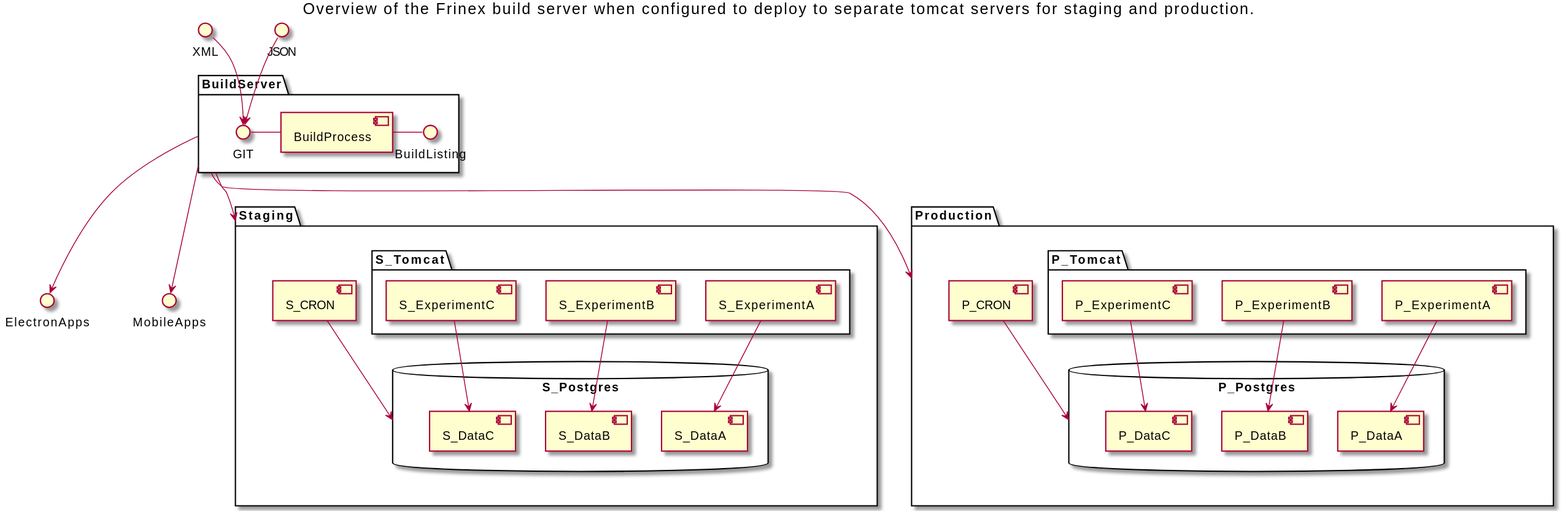
MPI-ExperimentGroup/FrinexBuildService keeps this PlantUML diagram as src/main/uml/ServiceOverview.svg. Above is the earlier version.
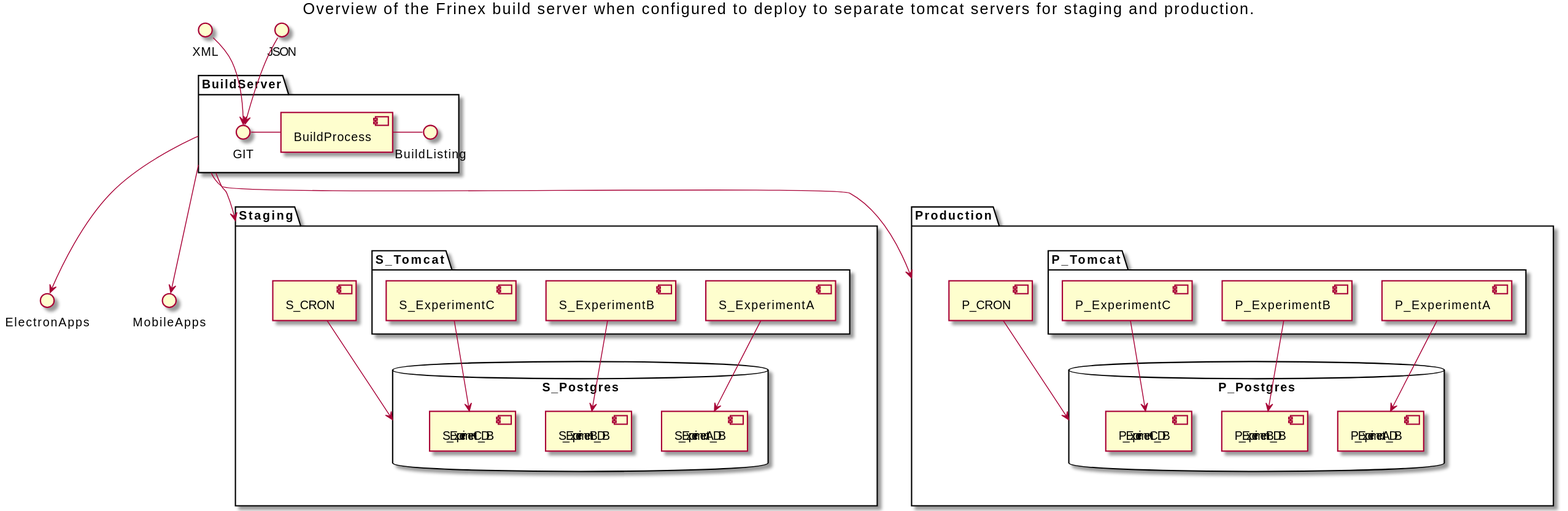
Later version of the same file.

Diff of the diagram source:
```diff
@@ -11,28 +11,28 @@
 
 package "Staging" {
   database "S_Postgres" {
-    [S_DataA]
-    [S_DataB]
-    [S_DataC]
+    [S_ExperimentA_DB]
+    [S_ExperimentB_DB]
+    [S_ExperimentC_DB]
   }
   folder "S_Tomcat" {
-    [S_ExperimentA] --> S_DataA
-    [S_ExperimentB] --> S_DataB
-    [S_ExperimentC] --> S_DataC
+    [S_ExperimentA] --> S_ExperimentA_DB
+    [S_ExperimentB] --> S_ExperimentB_DB
+    [S_ExperimentC] --> S_ExperimentC_DB
   }
   [S_CRON] --> S_Postgres
 }
 
 package "Production" {
   database "P_Postgres" {
-    [P_DataA]
-    [P_DataB]
-    [P_DataC]
+    [P_ExperimentA_DB]
+    [P_ExperimentB_DB]
+    [P_ExperimentC_DB]
   }
   folder "P_Tomcat" {
-    [P_ExperimentA] --> P_DataA
-    [P_ExperimentB] --> P_DataB
-    [P_ExperimentC] --> P_DataC
+    [P_ExperimentA] --> P_ExperimentA_DB
+    [P_ExperimentB] --> P_ExperimentB_DB
+    [P_ExperimentC] --> P_ExperimentC_DB
   }
   [P_CRON] --> P_Postgres
 }
```
